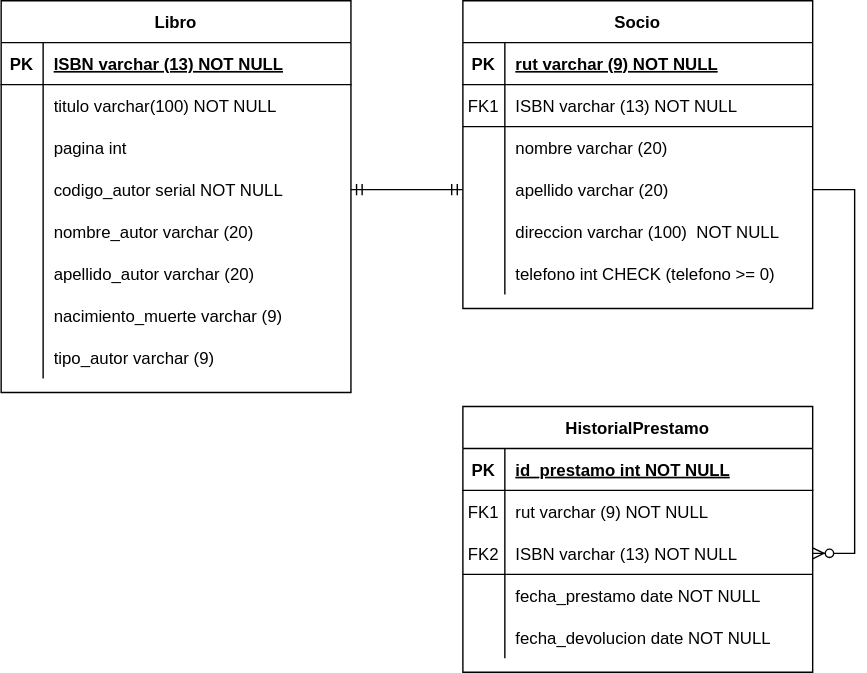
Before: Modelo fisico.drawio.svg, a diagram exported from draw.io (FranSantander/-Biblioteca). Source tidied: cells renumbered, new cells last; positions are measured from the earlier drawing's top-left corner, leaving out a move shared by most shapes.
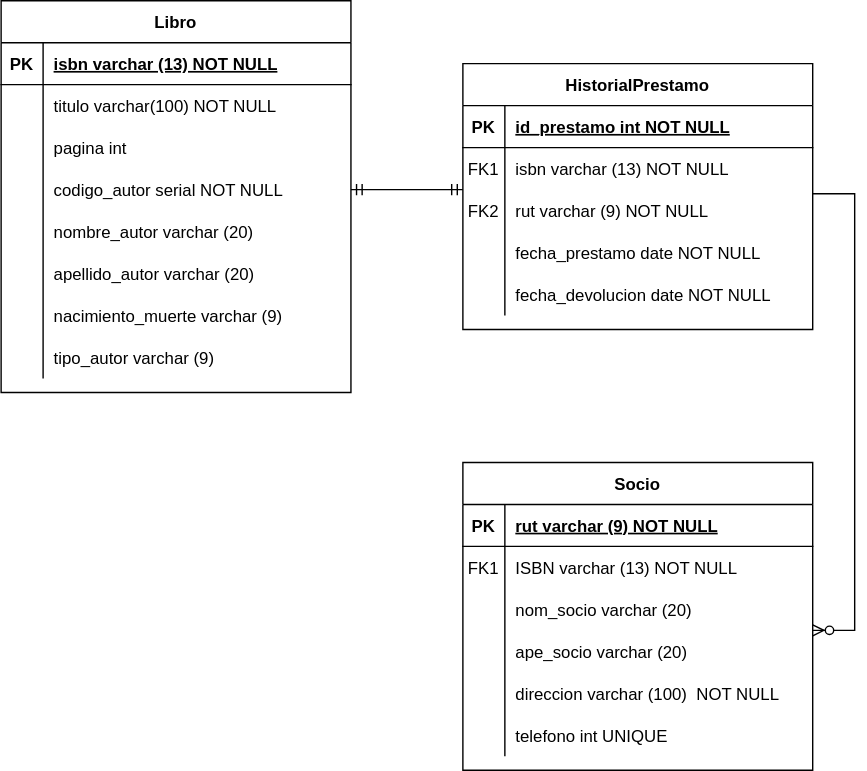
The same file after the commit.

Diff of the diagram source:
```diff
@@ -2,111 +2,6 @@
   <root>
     <mxCell id="0" />
     <mxCell id="1" parent="0" />
-    <mxCell id="2" value="Socio" style="shape=table;startSize=30;rowLines=0;fontStyle=1;align=center;" parent="1" vertex="1">
-      <mxGeometry x="330" width="250" height="220" as="geometry" />
-    </mxCell>
-    <mxCell id="3" style="shape=partialRectangle;fillColor=none;top=0;left=0;right=0;bottom=1;" parent="2" vertex="1">
-      <mxGeometry y="30" width="250" height="30" as="geometry" />
-    </mxCell>
-    <mxCell id="4" value="PK" style="shape=partialRectangle;overflow=hidden;fillColor=none;top=0;left=0;bottom=0;right=0;fontStyle=1;" parent="3" vertex="1">
-      <mxGeometry width="30" height="30" as="geometry" />
-    </mxCell>
-    <mxCell id="5" value="rut varchar (9) NOT NULL " style="shape=partialRectangle;overflow=hidden;fillColor=none;top=0;left=0;bottom=0;right=0;align=left;spacingLeft=6;fontStyle=5;" parent="3" vertex="1">
-      <mxGeometry x="30" width="220" height="30" as="geometry" />
-    </mxCell>
-    <mxCell id="6" style="shape=partialRectangle;fillColor=none;top=0;left=0;right=0;bottom=0;" parent="2" vertex="1">
-      <mxGeometry y="60" width="250" height="30" as="geometry" />
-    </mxCell>
-    <mxCell id="7" value="FK1" style="shape=partialRectangle;overflow=hidden;fillColor=none;top=0;left=0;bottom=0;right=0;" parent="6" vertex="1">
-      <mxGeometry width="30" height="30" as="geometry" />
-    </mxCell>
-    <mxCell id="8" value="ISBN varchar (13) NOT NULL" style="shape=partialRectangle;overflow=hidden;fillColor=none;top=0;left=0;bottom=0;right=0;align=left;spacingLeft=6;" parent="6" vertex="1">
-      <mxGeometry x="30" width="220" height="30" as="geometry" />
-    </mxCell>
-    <mxCell id="9" style="shape=partialRectangle;fillColor=none;top=0;left=0;right=0;bottom=0;" parent="2" vertex="1">
-      <mxGeometry y="90" width="250" height="30" as="geometry" />
-    </mxCell>
-    <mxCell id="10" style="shape=partialRectangle;overflow=hidden;fillColor=none;top=0;left=0;bottom=0;right=0;" parent="9" vertex="1">
-      <mxGeometry width="30" height="30" as="geometry" />
-    </mxCell>
-    <mxCell id="11" value="nombre varchar (20) " style="shape=partialRectangle;overflow=hidden;fillColor=none;top=0;left=0;bottom=0;right=0;align=left;spacingLeft=6;" parent="9" vertex="1">
-      <mxGeometry x="30" width="220" height="30" as="geometry" />
-    </mxCell>
-    <mxCell id="12" style="shape=partialRectangle;fillColor=none;points=[[0,0.5],[1,0.5]];portConstraint=eastwest;top=0;left=0;right=0;bottom=0;" parent="2" vertex="1">
-      <mxGeometry y="120" width="250" height="30" as="geometry" />
-    </mxCell>
-    <mxCell id="13" style="shape=partialRectangle;overflow=hidden;fillColor=none;top=0;left=0;bottom=0;right=0;" parent="12" vertex="1">
-      <mxGeometry width="30" height="30" as="geometry" />
-    </mxCell>
-    <mxCell id="14" value="apellido varchar (20) " style="shape=partialRectangle;overflow=hidden;fillColor=none;top=0;left=0;bottom=0;right=0;align=left;spacingLeft=6;" parent="12" vertex="1">
-      <mxGeometry x="30" width="220" height="30" as="geometry" />
-    </mxCell>
-    <mxCell id="15" style="shape=partialRectangle;fillColor=none;top=0;left=0;right=0;bottom=0;" parent="2" vertex="1">
-      <mxGeometry y="150" width="250" height="30" as="geometry" />
-    </mxCell>
-    <mxCell id="16" style="shape=partialRectangle;overflow=hidden;fillColor=none;top=0;left=0;bottom=0;right=0;" parent="15" vertex="1">
-      <mxGeometry width="30" height="30" as="geometry" />
-    </mxCell>
-    <mxCell id="17" value="direccion varchar (100)  NOT NULL" style="shape=partialRectangle;overflow=hidden;fillColor=none;top=0;left=0;bottom=0;right=0;align=left;spacingLeft=6;" parent="15" vertex="1">
-      <mxGeometry x="30" width="220" height="30" as="geometry" />
-    </mxCell>
-    <mxCell id="18" style="shape=partialRectangle;fillColor=none;top=0;left=0;right=0;bottom=0;" parent="2" vertex="1">
-      <mxGeometry y="180" width="250" height="30" as="geometry" />
-    </mxCell>
-    <mxCell id="19" style="shape=partialRectangle;overflow=hidden;fillColor=none;top=0;left=0;bottom=0;right=0;" parent="18" vertex="1">
-      <mxGeometry width="30" height="30" as="geometry" />
-    </mxCell>
-    <mxCell id="20" value="telefono int CHECK (telefono &gt;= 0)" style="shape=partialRectangle;overflow=hidden;fillColor=none;top=0;left=0;bottom=0;right=0;align=left;spacingLeft=6;" parent="18" vertex="1">
-      <mxGeometry x="30" width="220" height="30" as="geometry" />
-    </mxCell>
-    <mxCell id="21" value="HistorialPrestamo" style="shape=table;startSize=30;rowLines=0;fontStyle=1;align=center;" parent="1" vertex="1">
-      <mxGeometry x="330" y="290" width="250" height="190" as="geometry" />
-    </mxCell>
-    <mxCell id="22" style="shape=partialRectangle;fillColor=none;top=0;left=0;right=0;bottom=1;" parent="21" vertex="1">
-      <mxGeometry y="30" width="250" height="30" as="geometry" />
-    </mxCell>
-    <mxCell id="23" value="PK" style="shape=partialRectangle;overflow=hidden;fillColor=none;top=0;left=0;bottom=0;right=0;fontStyle=1;" parent="22" vertex="1">
-      <mxGeometry width="30" height="30" as="geometry" />
-    </mxCell>
-    <mxCell id="24" value="id_prestamo int NOT NULL " style="shape=partialRectangle;overflow=hidden;fillColor=none;top=0;left=0;bottom=0;right=0;align=left;spacingLeft=6;fontStyle=5;" parent="22" vertex="1">
-      <mxGeometry x="30" width="220" height="30" as="geometry" />
-    </mxCell>
-    <mxCell id="25" style="shape=partialRectangle;fillColor=none;top=0;left=0;right=0;bottom=0;" parent="21" vertex="1">
-      <mxGeometry y="60" width="250" height="30" as="geometry" />
-    </mxCell>
-    <mxCell id="26" value="FK1" style="shape=partialRectangle;overflow=hidden;fillColor=none;top=0;left=0;bottom=0;right=0;" parent="25" vertex="1">
-      <mxGeometry width="30" height="30" as="geometry" />
-    </mxCell>
-    <mxCell id="27" value="rut varchar (9) NOT NULL" style="shape=partialRectangle;overflow=hidden;fillColor=none;top=0;left=0;bottom=0;right=0;align=left;spacingLeft=6;fontStyle=0;" parent="25" vertex="1">
-      <mxGeometry x="30" width="220" height="30" as="geometry" />
-    </mxCell>
-    <mxCell id="28" style="shape=partialRectangle;fillColor=none;points=[[0,0.5],[1,0.5]];portConstraint=eastwest;top=0;left=0;right=0;bottom=0;" parent="21" vertex="1">
-      <mxGeometry y="90" width="250" height="30" as="geometry" />
-    </mxCell>
-    <mxCell id="29" value="FK2" style="shape=partialRectangle;overflow=hidden;fillColor=none;top=0;left=0;bottom=0;right=0;" parent="28" vertex="1">
-      <mxGeometry width="30" height="30" as="geometry" />
-    </mxCell>
-    <mxCell id="30" value="ISBN varchar (13) NOT NULL" style="shape=partialRectangle;overflow=hidden;fillColor=none;top=0;left=0;bottom=0;right=0;align=left;spacingLeft=6;" parent="28" vertex="1">
-      <mxGeometry x="30" width="220" height="30" as="geometry" />
-    </mxCell>
-    <mxCell id="31" style="shape=partialRectangle;fillColor=none;top=0;left=0;right=0;bottom=0;" parent="21" vertex="1">
-      <mxGeometry y="120" width="250" height="30" as="geometry" />
-    </mxCell>
-    <mxCell id="32" style="shape=partialRectangle;overflow=hidden;fillColor=none;top=0;left=0;bottom=0;right=0;" parent="31" vertex="1">
-      <mxGeometry width="30" height="30" as="geometry" />
-    </mxCell>
-    <mxCell id="33" value="fecha_prestamo date NOT NULL" style="shape=partialRectangle;overflow=hidden;fillColor=none;top=0;left=0;bottom=0;right=0;align=left;spacingLeft=6;" parent="31" vertex="1">
-      <mxGeometry x="30" width="220" height="30" as="geometry" />
-    </mxCell>
-    <mxCell id="34" style="shape=partialRectangle;fillColor=none;top=0;left=0;right=0;bottom=0;" parent="21" vertex="1">
-      <mxGeometry y="150" width="250" height="30" as="geometry" />
-    </mxCell>
-    <mxCell id="35" style="shape=partialRectangle;overflow=hidden;fillColor=none;top=0;left=0;bottom=0;right=0;" parent="34" vertex="1">
-      <mxGeometry width="30" height="30" as="geometry" />
-    </mxCell>
-    <mxCell id="36" value="fecha_devolucion date NOT NULL" style="shape=partialRectangle;overflow=hidden;fillColor=none;top=0;left=0;bottom=0;right=0;align=left;spacingLeft=6;" parent="34" vertex="1">
-      <mxGeometry x="30" width="220" height="30" as="geometry" />
-    </mxCell>
     <mxCell id="37" value="Libro" style="shape=table;startSize=30;rowLines=0;fontStyle=1;align=center;" parent="1" vertex="1">
       <mxGeometry width="250" height="280" as="geometry" />
     </mxCell>
@@ -116,7 +11,7 @@
     <mxCell id="39" value="PK" style="shape=partialRectangle;overflow=hidden;fillColor=none;top=0;left=0;bottom=0;right=0;fontStyle=1;" parent="38" vertex="1">
       <mxGeometry width="30" height="30" as="geometry" />
     </mxCell>
-    <mxCell id="40" value="ISBN varchar (13) NOT NULL " style="shape=partialRectangle;overflow=hidden;fillColor=none;top=0;left=0;bottom=0;right=0;align=left;spacingLeft=6;fontStyle=5;" parent="38" vertex="1">
+    <mxCell id="40" value="isbn varchar (13) NOT NULL " style="shape=partialRectangle;overflow=hidden;fillColor=none;top=0;left=0;bottom=0;right=0;align=left;spacingLeft=6;fontStyle=5;" parent="38" vertex="1">
       <mxGeometry x="30" width="220" height="30" as="geometry" />
     </mxCell>
     <mxCell id="41" style="shape=partialRectangle;fillColor=none;top=0;left=0;right=0;bottom=0;" parent="37" vertex="1">
@@ -182,23 +77,118 @@
     <mxCell id="61" value="tipo_autor varchar (9)" style="shape=partialRectangle;overflow=hidden;fillColor=none;top=0;left=0;bottom=0;right=0;align=left;spacingLeft=6;" parent="59" vertex="1">
       <mxGeometry x="30" width="220" height="30" as="geometry" />
     </mxCell>
-    <mxCell id="62" style="endArrow=none;html=1;rounded=0;" parent="1" edge="1">
-      <mxGeometry relative="1" as="geometry">
-        <mxPoint x="330" y="90" as="sourcePoint" />
-        <mxPoint x="580" y="90" as="targetPoint" />
-      </mxGeometry>
-    </mxCell>
-    <mxCell id="63" style="endArrow=none;html=1;rounded=0;" parent="1" edge="1">
-      <mxGeometry relative="1" as="geometry">
-        <mxPoint x="330" y="410" as="sourcePoint" />
-        <mxPoint x="580" y="410" as="targetPoint" />
-      </mxGeometry>
-    </mxCell>
+    <mxCell id="65" style="edgeStyle=entityRelationEdgeStyle;fontSize=12;html=1;endArrow=ERmandOne;startArrow=ERmandOne;rounded=0;exitX=1;exitY=0.5;exitDx=0;exitDy=0;entryX=0;entryY=0.5;entryDx=0;entryDy=0;" parent="1" edge="1" source="47">
+      <mxGeometry relative="1" as="geometry">
+        <mxPoint x="330" y="135" as="targetPoint" />
+      </mxGeometry>
+    </mxCell>
+    <mxCell id="21" value="HistorialPrestamo" style="shape=table;startSize=30;rowLines=0;fontStyle=1;align=center;" parent="1" vertex="1">
+      <mxGeometry x="330" y="45" width="250" height="190" as="geometry" />
+    </mxCell>
+    <mxCell id="66" style="shape=partialRectangle;fillColor=none;top=0;left=0;right=0;bottom=1;" parent="21" vertex="1">
+      <mxGeometry y="30" width="250" height="30" as="geometry" />
+    </mxCell>
+    <mxCell id="67" value="PK" style="shape=partialRectangle;overflow=hidden;fillColor=none;top=0;left=0;bottom=0;right=0;fontStyle=1;" parent="66" vertex="1">
+      <mxGeometry width="30" height="30" as="geometry" />
+    </mxCell>
+    <mxCell id="24" value="id_prestamo int NOT NULL " style="shape=partialRectangle;overflow=hidden;fillColor=none;top=0;left=0;bottom=0;right=0;align=left;spacingLeft=6;fontStyle=5;" parent="66" vertex="1">
+      <mxGeometry x="30" width="220" height="30" as="geometry" />
+    </mxCell>
+    <mxCell id="68" style="shape=partialRectangle;fillColor=none;top=0;left=0;right=0;bottom=0;" parent="21" vertex="1">
+      <mxGeometry y="60" width="250" height="30" as="geometry" />
+    </mxCell>
+    <mxCell id="69" value="FK1" style="shape=partialRectangle;overflow=hidden;fillColor=none;top=0;left=0;bottom=0;right=0;" parent="68" vertex="1">
+      <mxGeometry width="30" height="30" as="geometry" />
+    </mxCell>
+    <mxCell id="70" value="isbn varchar (13) NOT NULL" style="shape=partialRectangle;overflow=hidden;fillColor=none;top=0;left=0;bottom=0;right=0;align=left;spacingLeft=6;fontStyle=0;" parent="68" vertex="1">
+      <mxGeometry x="30" width="220" height="30" as="geometry" />
+    </mxCell>
+    <mxCell id="71" style="shape=partialRectangle;fillColor=none;points=[[0,0.5],[1,0.5]];portConstraint=eastwest;top=0;left=0;right=0;bottom=0;" parent="21" vertex="1">
+      <mxGeometry y="90" width="250" height="30" as="geometry" />
+    </mxCell>
+    <mxCell id="29" value="FK2" style="shape=partialRectangle;overflow=hidden;fillColor=none;top=0;left=0;bottom=0;right=0;" parent="71" vertex="1">
+      <mxGeometry width="30" height="30" as="geometry" />
+    </mxCell>
+    <mxCell id="27" value="rut varchar (9) NOT NULL" style="shape=partialRectangle;overflow=hidden;fillColor=none;top=0;left=0;bottom=0;right=0;align=left;spacingLeft=6;" parent="71" vertex="1">
+      <mxGeometry x="30" width="220" height="30" as="geometry" />
+    </mxCell>
+    <mxCell id="72" style="shape=partialRectangle;fillColor=none;top=0;left=0;right=0;bottom=0;" parent="21" vertex="1">
+      <mxGeometry y="120" width="250" height="30" as="geometry" />
+    </mxCell>
+    <mxCell id="73" style="shape=partialRectangle;overflow=hidden;fillColor=none;top=0;left=0;bottom=0;right=0;" parent="72" vertex="1">
+      <mxGeometry width="30" height="30" as="geometry" />
+    </mxCell>
+    <mxCell id="33" value="fecha_prestamo date NOT NULL" style="shape=partialRectangle;overflow=hidden;fillColor=none;top=0;left=0;bottom=0;right=0;align=left;spacingLeft=6;" parent="72" vertex="1">
+      <mxGeometry x="30" width="220" height="30" as="geometry" />
+    </mxCell>
+    <mxCell id="74" style="shape=partialRectangle;fillColor=none;top=0;left=0;right=0;bottom=0;" parent="21" vertex="1">
+      <mxGeometry y="150" width="250" height="30" as="geometry" />
+    </mxCell>
+    <mxCell id="75" style="shape=partialRectangle;overflow=hidden;fillColor=none;top=0;left=0;bottom=0;right=0;" parent="74" vertex="1">
+      <mxGeometry width="30" height="30" as="geometry" />
+    </mxCell>
+    <mxCell id="36" value="fecha_devolucion date NOT NULL" style="shape=partialRectangle;overflow=hidden;fillColor=none;top=0;left=0;bottom=0;right=0;align=left;spacingLeft=6;" parent="74" vertex="1">
+      <mxGeometry x="30" width="220" height="30" as="geometry" />
+    </mxCell>
+    <mxCell id="2" value="Socio" style="shape=table;startSize=30;rowLines=0;fontStyle=1;align=center;" parent="1" vertex="1">
+      <mxGeometry x="330" y="330" width="250" height="220" as="geometry" />
+    </mxCell>
+    <mxCell id="76" style="shape=partialRectangle;fillColor=none;top=0;left=0;right=0;bottom=1;" parent="2" vertex="1">
+      <mxGeometry y="30" width="250" height="30" as="geometry" />
+    </mxCell>
+    <mxCell id="77" value="PK" style="shape=partialRectangle;overflow=hidden;fillColor=none;top=0;left=0;bottom=0;right=0;fontStyle=1;" parent="76" vertex="1">
+      <mxGeometry width="30" height="30" as="geometry" />
+    </mxCell>
+    <mxCell id="5" value="rut varchar (9) NOT NULL " style="shape=partialRectangle;overflow=hidden;fillColor=none;top=0;left=0;bottom=0;right=0;align=left;spacingLeft=6;fontStyle=5;" parent="76" vertex="1">
+      <mxGeometry x="30" width="220" height="30" as="geometry" />
+    </mxCell>
+    <mxCell id="78" style="shape=partialRectangle;fillColor=none;top=0;left=0;right=0;bottom=0;" parent="2" vertex="1">
+      <mxGeometry y="60" width="250" height="30" as="geometry" />
+    </mxCell>
+    <mxCell id="79" value="FK1" style="shape=partialRectangle;overflow=hidden;fillColor=none;top=0;left=0;bottom=0;right=0;" parent="78" vertex="1">
+      <mxGeometry width="30" height="30" as="geometry" />
+    </mxCell>
+    <mxCell id="80" value="ISBN varchar (13) NOT NULL" style="shape=partialRectangle;overflow=hidden;fillColor=none;top=0;left=0;bottom=0;right=0;align=left;spacingLeft=6;" parent="78" vertex="1">
+      <mxGeometry x="30" width="220" height="30" as="geometry" />
+    </mxCell>
+    <mxCell id="81" style="shape=partialRectangle;fillColor=none;top=0;left=0;right=0;bottom=0;" parent="2" vertex="1">
+      <mxGeometry y="90" width="250" height="30" as="geometry" />
+    </mxCell>
+    <mxCell id="82" style="shape=partialRectangle;overflow=hidden;fillColor=none;top=0;left=0;bottom=0;right=0;" parent="81" vertex="1">
+      <mxGeometry width="30" height="30" as="geometry" />
+    </mxCell>
+    <mxCell id="83" value="nom_socio varchar (20) " style="shape=partialRectangle;overflow=hidden;fillColor=none;top=0;left=0;bottom=0;right=0;align=left;spacingLeft=6;" parent="81" vertex="1">
+      <mxGeometry x="30" width="220" height="30" as="geometry" />
+    </mxCell>
+    <mxCell id="84" style="shape=partialRectangle;fillColor=none;points=[[0,0.5],[1,0.5]];portConstraint=eastwest;top=0;left=0;right=0;bottom=0;" parent="2" vertex="1">
+      <mxGeometry y="120" width="250" height="30" as="geometry" />
+    </mxCell>
+    <mxCell id="85" style="shape=partialRectangle;overflow=hidden;fillColor=none;top=0;left=0;bottom=0;right=0;" parent="84" vertex="1">
+      <mxGeometry width="30" height="30" as="geometry" />
+    </mxCell>
+    <mxCell id="86" value="ape_socio varchar (20) " style="shape=partialRectangle;overflow=hidden;fillColor=none;top=0;left=0;bottom=0;right=0;align=left;spacingLeft=6;" parent="84" vertex="1">
+      <mxGeometry x="30" width="220" height="30" as="geometry" />
+    </mxCell>
+    <mxCell id="87" style="shape=partialRectangle;fillColor=none;top=0;left=0;right=0;bottom=0;" parent="2" vertex="1">
+      <mxGeometry y="150" width="250" height="30" as="geometry" />
+    </mxCell>
+    <mxCell id="88" style="shape=partialRectangle;overflow=hidden;fillColor=none;top=0;left=0;bottom=0;right=0;" parent="87" vertex="1">
+      <mxGeometry width="30" height="30" as="geometry" />
+    </mxCell>
+    <mxCell id="17" value="direccion varchar (100)  NOT NULL" style="shape=partialRectangle;overflow=hidden;fillColor=none;top=0;left=0;bottom=0;right=0;align=left;spacingLeft=6;" parent="87" vertex="1">
+      <mxGeometry x="30" width="220" height="30" as="geometry" />
+    </mxCell>
+    <mxCell id="18" style="shape=partialRectangle;fillColor=none;top=0;left=0;right=0;bottom=0;" parent="2" vertex="1">
+      <mxGeometry y="180" width="250" height="30" as="geometry" />
+    </mxCell>
+    <mxCell id="89" style="shape=partialRectangle;overflow=hidden;fillColor=none;top=0;left=0;bottom=0;right=0;" parent="18" vertex="1">
+      <mxGeometry width="30" height="30" as="geometry" />
+    </mxCell>
+    <mxCell id="90" value="telefono int UNIQUE" style="shape=partialRectangle;overflow=hidden;fillColor=none;top=0;left=0;bottom=0;right=0;align=left;spacingLeft=6;" parent="18" vertex="1">
+      <mxGeometry x="30" width="220" height="30" as="geometry" />
+    </mxCell>
-    <mxCell id="64" style="edgeStyle=entityRelationEdgeStyle;fontSize=12;html=1;endArrow=ERzeroToMany;endFill=1;rounded=0;exitX=1;exitY=0.5;exitDx=0;exitDy=0;" parent="1" edge="1" source="12" target="28">
+    <mxCell id="64" style="edgeStyle=entityRelationEdgeStyle;fontSize=12;html=1;endArrow=ERzeroToMany;endFill=1;rounded=0;exitX=1;exitY=0.1;exitDx=0;exitDy=0;startArrow=none;exitPerimeter=0;entryX=1;entryY=0;entryDx=0;entryDy=0;entryPerimeter=0;" parent="1" edge="1" source="71" target="84">
       <mxGeometry relative="1" as="geometry" />
     </mxCell>
-    <mxCell id="65" style="edgeStyle=entityRelationEdgeStyle;fontSize=12;html=1;endArrow=ERmandOne;startArrow=ERmandOne;rounded=0;exitX=1;exitY=0.5;exitDx=0;exitDy=0;entryX=0;entryY=0.5;entryDx=0;entryDy=0;" parent="1" edge="1" source="47" target="12">
-      <mxGeometry relative="1" as="geometry" />
-    </mxCell>
   </root>
 </mxGraphModel>
```
